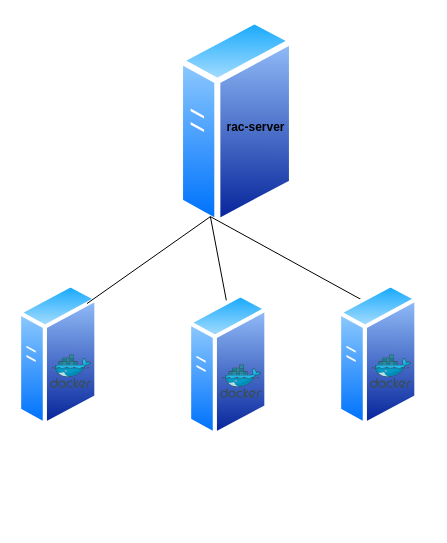
This is docs/devops/assets/deploymentServersDiagram.drawio from Raccoons-Army/mei-es-arsoft-odsoft-g007, a draw.io file, before an edit. Source tidied: cells renumbered, new cells numbered last; positions are measured from the earlier drawing's top-left corner, leaving out a move shared by most shapes. Both pictures are drawn from the tidied source at 100%, with x=0, y=0 at pixel (17, 16). Pictures stored in the file or linked from it are replaced by grey dashed boxes.
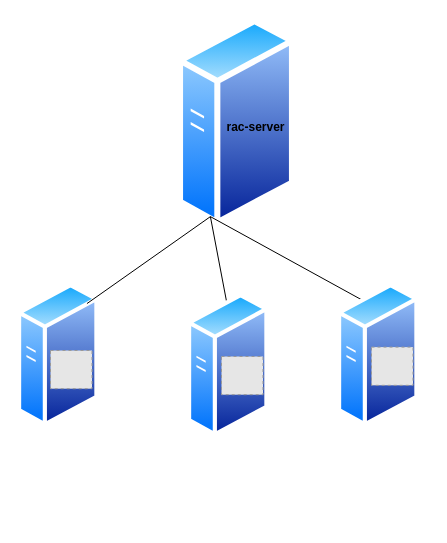
The same page after the edit.

Diff of the diagram source:
```diff
@@
 <mxGraphModel>
   <root>
     <mxCell id="0" />
     <mxCell id="1" parent="0" />
     <mxCell id="2" style="image;perimeter=ellipsePerimeter;html=1;align=center;shadow=0;dashed=0;spacingTop=3;image=img/lib/active_directory/generic_server.svg;" parent="1" vertex="1">
       <mxGeometry x="160" y="0.3" width="118" height="210.7" as="geometry" />
     </mxCell>
     <mxCell id="3" style="group;" parent="1" vertex="1">
-      <mxGeometry y="266" width="92.8" height="145.5" as="geometry" />
+      <mxGeometry y="266" width="186" height="243" as="geometry" />
     </mxCell>
     <mxCell id="4" style="image;perimeter=ellipsePerimeter;html=1;align=center;shadow=0;dashed=0;spacingTop=3;image=img/lib/active_directory/generic_server.svg;" parent="3" vertex="1">
       <mxGeometry width="81.5" height="145.5" as="geometry" />
     </mxCell>
-    <mxCell id="5" style="image;sketch=0;html=1;align=center;fontSize=12;image=img/lib/mscae/Docker.svg;" parent="3" vertex="1">
-      <mxGeometry x="33.2" y="72.2" width="41" height="33.6" as="geometry" />
-    </mxCell>
+    <mxCell id="16" style="fillColor=#E6E6E6;strokeColor=#999999;dashed=1;verticalLabelPosition=bottom;labelBackgroundColor=default;verticalAlign=top;" parent="3" vertex="1">
+      <mxGeometry x="33" y="68" width="41.5" height="38.2" as="geometry" />
+    </mxCell>
     <mxCell id="6" style="endArrow=none;html=1;rounded=0;exitX=1;exitY=0;exitDx=0;exitDy=0;entryX=0.25;entryY=1;entryDx=0;entryDy=0;" parent="1" edge="1" source="4" target="2">
       <mxGeometry relative="1" as="geometry" />
     </mxCell>
     <mxCell id="7" style="endArrow=none;html=1;rounded=0;exitX=0;exitY=0;exitDx=0;exitDy=0;entryX=0.25;entryY=1;entryDx=0;entryDy=0;" parent="1" edge="1" target="2">
       <mxGeometry relative="1" as="geometry">
         <mxPoint x="210.9" y="294.7" as="sourcePoint" />
       </mxGeometry>
     </mxCell>
     <mxCell id="8" style="endArrow=none;html=1;rounded=0;exitX=0;exitY=0;exitDx=0;exitDy=0;entryX=0.25;entryY=1;entryDx=0;entryDy=0;" parent="1" edge="1" target="2">
       <mxGeometry relative="1" as="geometry">
         <mxPoint x="364.9" y="294.7" as="sourcePoint" />
       </mxGeometry>
     </mxCell>
     <mxCell id="9" value="&lt;b&gt;rac-server&lt;/b&gt;" style="text;html=1;align=center;verticalAlign=middle;whiteSpace=wrap;rounded=0;" parent="1" vertex="1">
       <mxGeometry x="200" y="96" width="77.2" height="30" as="geometry" />
     </mxCell>
     <mxCell id="10" style="group;" parent="1" vertex="1">
       <mxGeometry x="170" y="276" width="92.8" height="145.5" as="geometry" />
     </mxCell>
     <mxCell id="11" style="image;perimeter=ellipsePerimeter;html=1;align=center;shadow=0;dashed=0;spacingTop=3;image=img/lib/active_directory/generic_server.svg;" parent="10" vertex="1">
       <mxGeometry width="81.5" height="145.5" as="geometry" />
     </mxCell>
-    <mxCell id="12" style="image;sketch=0;html=1;align=center;fontSize=12;image=img/lib/mscae/Docker.svg;" parent="10" vertex="1">
-      <mxGeometry x="33.2" y="72.2" width="41" height="33.6" as="geometry" />
-    </mxCell>
+    <mxCell id="17" style="fillColor=#E6E6E6;strokeColor=#999999;dashed=1;verticalLabelPosition=bottom;labelBackgroundColor=default;verticalAlign=top;" parent="10" vertex="1">
+      <mxGeometry x="34" y="64" width="41.5" height="38.2" as="geometry" />
+    </mxCell>
     <mxCell id="13" style="group;" parent="1" vertex="1">
       <mxGeometry x="320" y="266" width="92.8" height="145.5" as="geometry" />
     </mxCell>
     <mxCell id="14" style="image;perimeter=ellipsePerimeter;html=1;align=center;shadow=0;dashed=0;spacingTop=3;image=img/lib/active_directory/generic_server.svg;" parent="13" vertex="1">
       <mxGeometry width="81.5" height="145.5" as="geometry" />
     </mxCell>
-    <mxCell id="15" style="image;sketch=0;html=1;align=center;fontSize=12;image=img/lib/mscae/Docker.svg;" parent="13" vertex="1">
-      <mxGeometry x="33.2" y="72.2" width="41" height="33.6" as="geometry" />
-    </mxCell>
+    <mxCell id="18" style="fillColor=#E6E6E6;strokeColor=#999999;dashed=1;verticalLabelPosition=bottom;labelBackgroundColor=default;verticalAlign=top;" parent="13" vertex="1">
+      <mxGeometry x="34" y="64.6" width="41.5" height="38.2" as="geometry" />
+    </mxCell>
   </root>
 </mxGraphModel>
```
